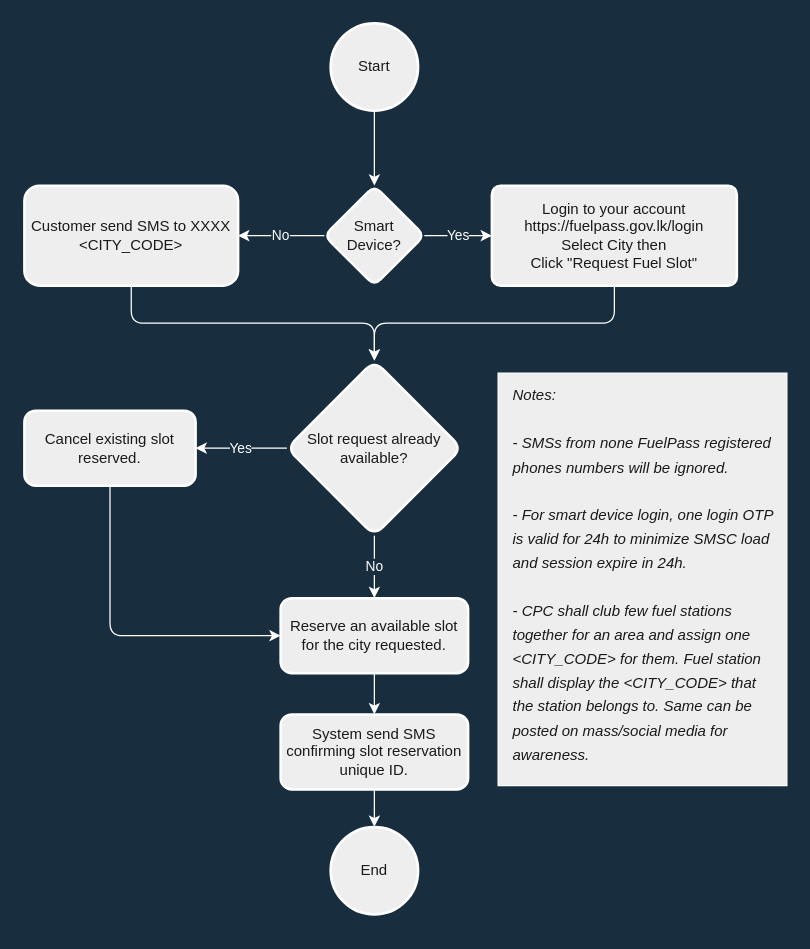
Earlier version of the draw.io diagram request_fuel_load_slot.drawio (fuelforallofus/fuelmeup). Source tidied: cells renumbered, new cells numbered last; positions are measured from the earlier drawing's top-left corner, leaving out a move shared by most shapes. Both pictures are drawn from the tidied source at 125%, with x=0, y=0 at pixel (24, 22).
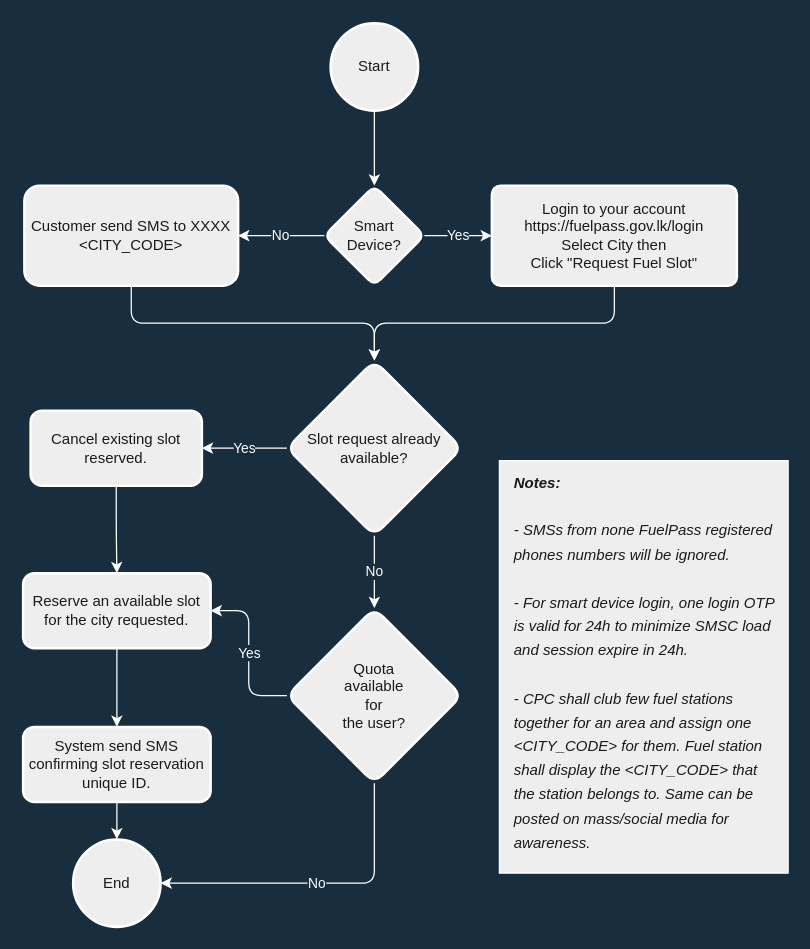
The same page after the edit.

The change refers to these unchanged cells:
```xml
<mxCell id="12" value="Slot request already available?" style="rhombus;whiteSpace=wrap;html=1;strokeWidth=2;rounded=1;fillColor=#EEEEEE;strokeColor=#FFFFFF;fontColor=#1A1A1A;" parent="1" vertex="1">
  <mxGeometry x="210" y="270" width="140" height="140" as="geometry" />
</mxCell>
```

Change to the diagram source:
```diff
@@
-    <mxCell id="10" value="No" style="edgeStyle=orthogonalEdgeStyle;jettySize=auto;html=1;rounded=1;labelBackgroundColor=#182E3E;strokeColor=#FFFFFF;fontColor=#FFFFFF;" parent="1" edge="1" source="12" target="15">
+    <mxCell id="10" value="No" style="edgeStyle=orthogonalEdgeStyle;jettySize=auto;html=1;rounded=1;labelBackgroundColor=#182E3E;strokeColor=#FFFFFF;fontColor=#FFFFFF;" parent="1" edge="1" source="12" target="22">
       <mxGeometry relative="1" as="geometry" />
     </mxCell>
@@
     <mxCell id="15" value="Reserve an available slot for the city requested." style="whiteSpace=wrap;html=1;strokeWidth=2;rounded=1;fillColor=#EEEEEE;strokeColor=#FFFFFF;fontColor=#1A1A1A;" parent="1" vertex="1">
-      <mxGeometry x="205" y="460" width="150" height="60" as="geometry" />
+      <mxGeometry x="-1" y="440" width="150" height="60" as="geometry" />
     </mxCell>
-    <mxCell id="16" style="edgeStyle=orthogonalEdgeStyle;jettySize=auto;html=1;exitX=0.5;exitY=1;exitDx=0;exitDy=0;entryX=0;entryY=0.5;entryDx=0;entryDy=0;rounded=1;labelBackgroundColor=#182E3E;strokeColor=#FFFFFF;fontColor=#FFFFFF;" parent="1" edge="1" source="17" target="15">
+    <mxCell id="16" style="edgeStyle=orthogonalEdgeStyle;jettySize=auto;html=1;exitX=0.5;exitY=1;exitDx=0;exitDy=0;entryX=0.5;entryY=0;entryDx=0;entryDy=0;rounded=1;labelBackgroundColor=#182E3E;strokeColor=#FFFFFF;fontColor=#FFFFFF;" parent="1" edge="1" source="17" target="15">
       <mxGeometry relative="1" as="geometry" />
     </mxCell>
     <mxCell id="17" value="Cancel existing slot reserved." style="whiteSpace=wrap;html=1;strokeWidth=2;rounded=1;fillColor=#EEEEEE;strokeColor=#FFFFFF;fontColor=#1A1A1A;" parent="1" vertex="1">
-      <mxGeometry y="310" width="137" height="60" as="geometry" />
+      <mxGeometry x="5" y="310" width="137" height="60" as="geometry" />
     </mxCell>
@@
     <mxCell id="19" value="System send SMS confirming slot reservation unique ID." style="whiteSpace=wrap;html=1;strokeWidth=2;rounded=1;fillColor=#EEEEEE;strokeColor=#FFFFFF;fontColor=#1A1A1A;" parent="1" vertex="1">
-      <mxGeometry x="205" y="553" width="150" height="60" as="geometry" />
+      <mxGeometry x="-1" y="563" width="150" height="60" as="geometry" />
     </mxCell>
     <mxCell id="20" value="End" style="strokeWidth=2;html=1;shape=mxgraph.flowchart.start_2;whiteSpace=wrap;rounded=1;fillColor=#EEEEEE;strokeColor=#FFFFFF;fontColor=#1A1A1A;" parent="1" vertex="1">
-      <mxGeometry x="245" y="643" width="70" height="70" as="geometry" />
+      <mxGeometry x="39" y="653" width="70" height="70" as="geometry" />
     </mxCell>
-    <mxCell id="21" value="&lt;font style=&quot;font-size: 12px;&quot;&gt;Notes: &lt;br&gt;&lt;br&gt;- SMSs from none FuelPass registered phones numbers will be ignored.&lt;br&gt;&lt;br&gt;- For smart device login, one login OTP is valid for 24h to minimize SMSC load and session expire in 24h.&lt;br&gt;&lt;br&gt;- CPC shall club few fuel stations together for an area and assign one &amp;lt;CITY_CODE&amp;gt; for them. Fuel station shall display the &amp;lt;CITY_CODE&amp;gt; that the station belongs to. Same can be posted on mass/social media for awareness.&lt;br&gt;&lt;/font&gt;" style="rounded=0;whiteSpace=wrap;html=1;fontSize=16;align=left;verticalAlign=top;labelBorderColor=none;glass=0;fontStyle=2;spacingLeft=10;spacingRight=10;fontColor=#1A1A1A;fillColor=#EEEEEE;strokeColor=#FFFFFF;" parent="1" vertex="1">
-      <mxGeometry x="379" y="280" width="231" height="330" as="geometry" />
+    <mxCell id="21" value="&lt;font style=&quot;font-size: 12px;&quot;&gt;&lt;b&gt;Notes: &lt;/b&gt;&lt;br&gt;&lt;br&gt;- SMSs from none FuelPass registered phones numbers will be ignored.&lt;br&gt;&lt;br&gt;- For smart device login, one login OTP is valid for 24h to minimize SMSC load and session expire in 24h.&lt;br&gt;&lt;br&gt;- CPC shall club few fuel stations together for an area and assign one &amp;lt;CITY_CODE&amp;gt; for them. Fuel station shall display the &amp;lt;CITY_CODE&amp;gt; that the station belongs to. Same can be posted on mass/social media for awareness.&lt;br&gt;&lt;/font&gt;" style="rounded=0;whiteSpace=wrap;html=1;fontSize=16;align=left;verticalAlign=top;labelBorderColor=none;glass=0;fontStyle=2;spacingLeft=10;spacingRight=10;fontColor=#1A1A1A;fillColor=#EEEEEE;strokeColor=#FFFFFF;" parent="1" vertex="1">
+      <mxGeometry x="380" y="350" width="231" height="330" as="geometry" />
     </mxCell>
+    <mxCell id="22" value="Quota &lt;br&gt;available &lt;br&gt;for &lt;br&gt;the user?" style="rhombus;whiteSpace=wrap;html=1;strokeWidth=2;rounded=1;fillColor=#EEEEEE;strokeColor=#FFFFFF;fontColor=#1A1A1A;" parent="1" vertex="1">
+      <mxGeometry x="210" y="468" width="140" height="140" as="geometry" />
+    </mxCell>
+    <mxCell id="23" value="Yes" style="edgeStyle=orthogonalEdgeStyle;jettySize=auto;html=1;rounded=1;labelBackgroundColor=#182E3E;strokeColor=#FFFFFF;fontColor=#FFFFFF;exitX=0;exitY=0.5;exitDx=0;exitDy=0;entryX=1;entryY=0.5;entryDx=0;entryDy=0;" parent="1" edge="1" source="22" target="15">
+      <mxGeometry relative="1" as="geometry" />
+    </mxCell>
+    <mxCell id="24" value="No" style="edgeStyle=orthogonalEdgeStyle;jettySize=auto;html=1;rounded=1;labelBackgroundColor=#182E3E;strokeColor=#FFFFFF;fontColor=#FFFFFF;exitX=0.5;exitY=1;exitDx=0;exitDy=0;entryX=1;entryY=0.5;entryDx=0;entryDy=0;entryPerimeter=0;" parent="1" edge="1" source="22" target="20">
+      <mxGeometry relative="1" as="geometry" />
+    </mxCell>
```
